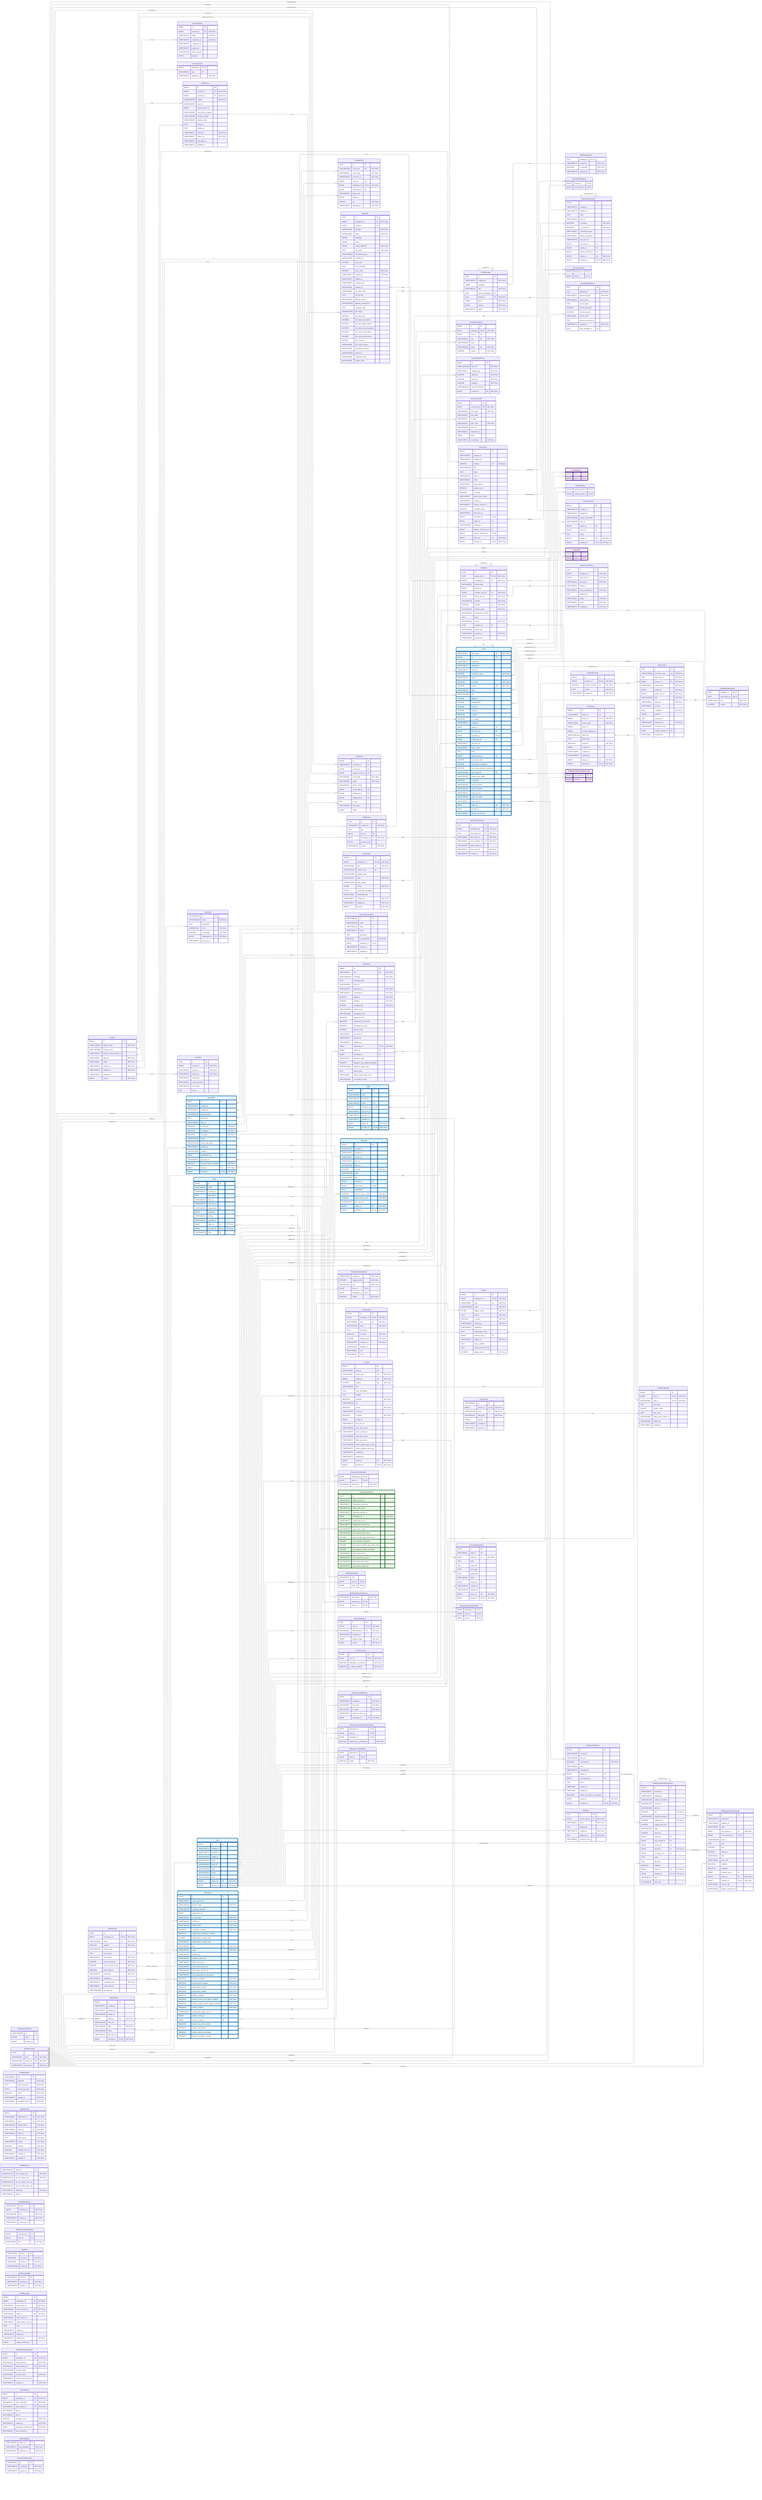
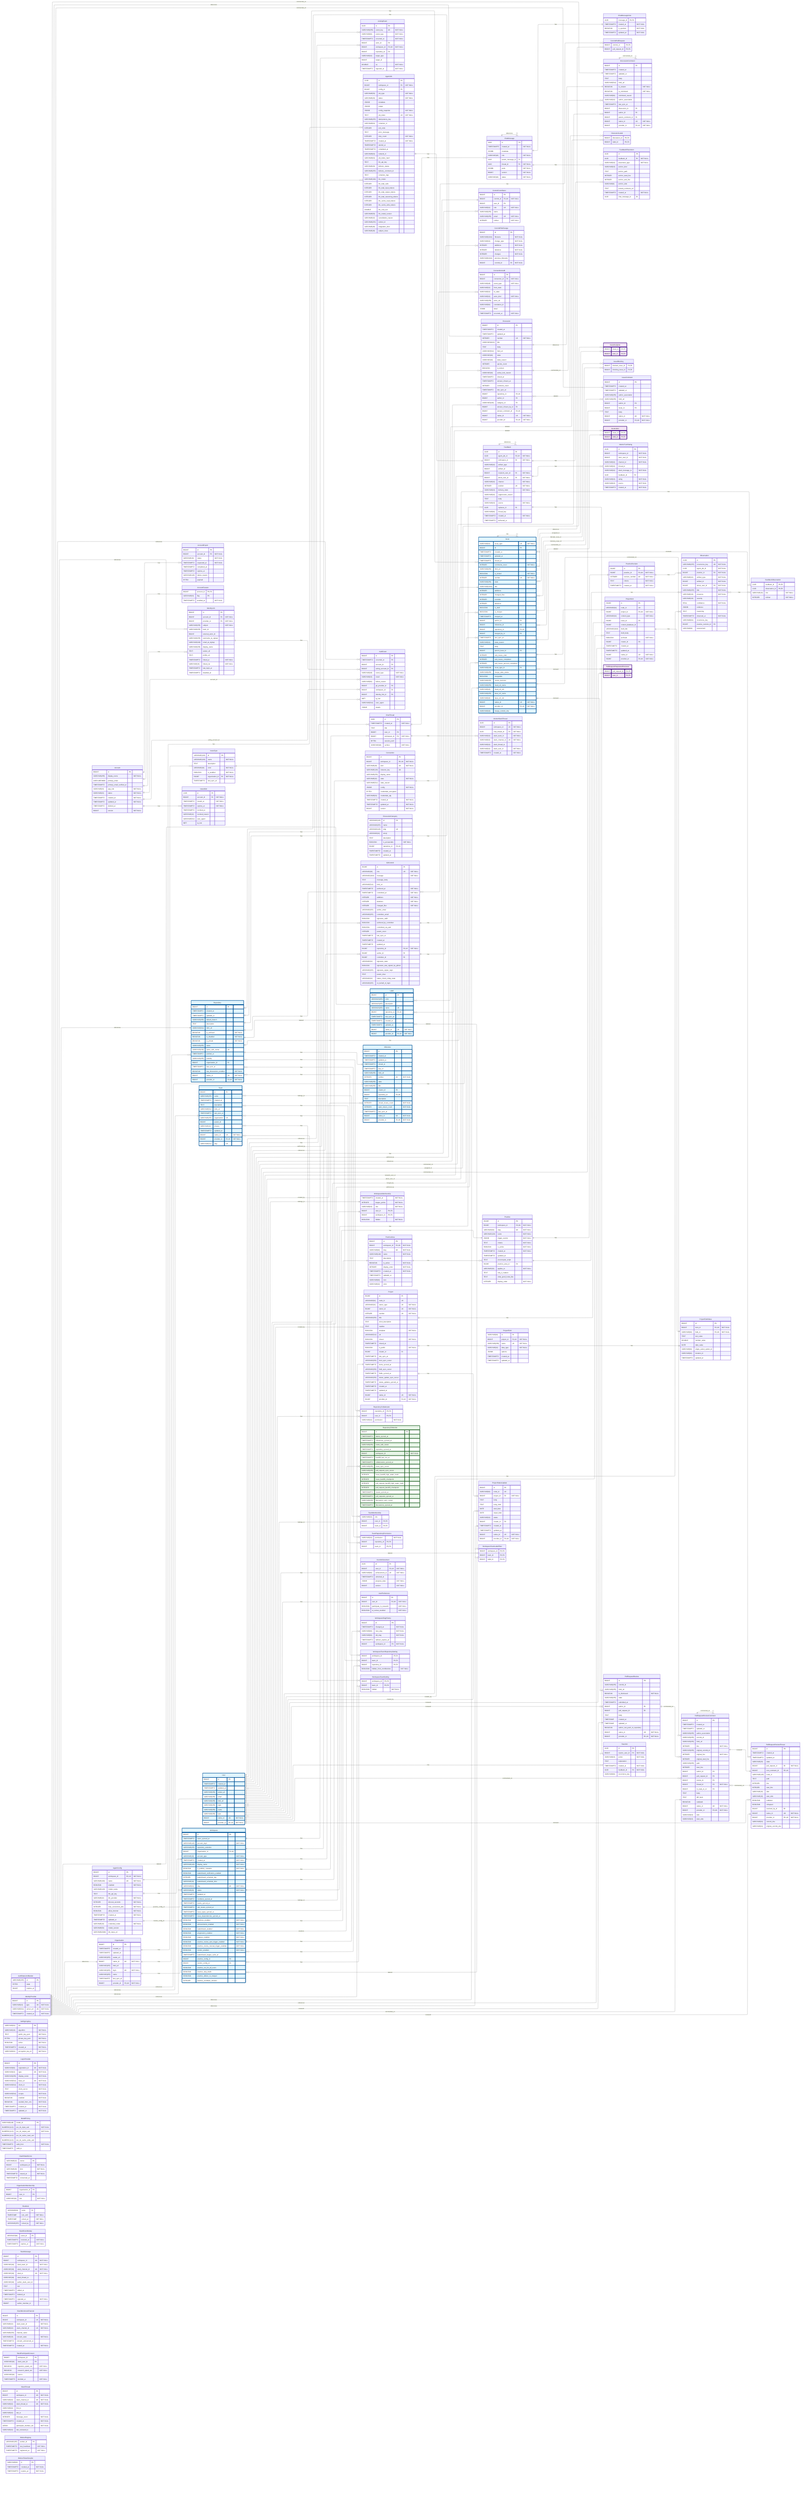
---
config:
    layout: elk
---
erDiagram
    %% Generated automatically from PostgreSQL database schema
    %% using scripts/generate-mermaid-erd.ts
    %% To regenerate: pnpm run db:generate-erd-docs

    direction LR

    Account {
        BIGINT id PK
        VARCHAR(255) display_name "NOT NULL"
        USER-DEFINED primary_email
        TIMESTAMPTZ primary_email_verified_at
        VARCHAR(16) app_role "NOT NULL"
        VARCHAR(16) status "NOT NULL"
        TIMESTAMPTZ created_at "NOT NULL"
        TIMESTAMPTZ updated_at "NOT NULL"
        TIMESTAMPTZ deleted_at
        BIGINT version "NOT NULL"
    }

    AccountExport {
        BIGINT id PK
        BIGINT account_id FK "NOT NULL"
        VARCHAR(16) status "NOT NULL"
        TIMESTAMPTZ requested_at "NOT NULL"
        TIMESTAMPTZ completed_at
        TIMESTAMPTZ expires_at
        VARCHAR(128) failure_reason
        BYTEA payload
    }

    AccountFeature {
        BIGINT account_id PK,FK
        VARCHAR(64) flag PK
        TIMESTAMPTZ enabled_at "NOT NULL"
    }

    ActivityEvent {
        UUID id PK
        VARCHAR(255) event_key UK "NOT NULL"
        VARCHAR(64) event_type "NOT NULL"
        TIMESTAMPTZ occurred_at "NOT NULL"
        BIGINT actor_id FK
        BIGINT workspace_id FK,UK "NOT NULL"
        BIGINT repository_id FK
        VARCHAR(32) target_type
        BIGINT target_id
        DOUBLE xp "NOT NULL"
        TIMESTAMPTZ ingested_at "NOT NULL"
    }

    AgentConfig {
        BIGINT id PK
        BIGINT workspace_id FK,UK "NOT NULL"
        VARCHAR(100) name UK "NOT NULL"
        BOOLEAN enabled "NOT NULL"
        VARCHAR(128) model_name
        TEXT llm_api_key
        VARCHAR(32) llm_provider "NOT NULL"
        INTEGER timeout_seconds "NOT NULL"
        INTEGER max_concurrent_jobs "NOT NULL"
        BOOLEAN allow_internet "NOT NULL"
        TIMESTAMPTZ created_at "NOT NULL"
        TIMESTAMPTZ updated_at
        VARCHAR(16) credential_mode "NOT NULL"
        VARCHAR(50) model_version
        VARCHAR(2048) llm_base_url
    }

    AgentJob {
        UUID id PK
        BIGINT workspace_id FK "NOT NULL"
        BIGINT config_id FK
        VARCHAR(50) job_type "NOT NULL"
        VARCHAR(20) status "NOT NULL"
        JSONB metadata
        JSONB output
        JSONB config_snapshot "NOT NULL"
        TEXT job_token UK "NOT NULL"
        VARCHAR(255) idempotency_key
        VARCHAR(64) container_id
        INTEGER exit_code
        TEXT error_message
        INTEGER retry_count "NOT NULL"
        TIMESTAMPTZ created_at "NOT NULL"
        TIMESTAMPTZ started_at
        TIMESTAMPTZ completed_at
        VARCHAR(64) network_id
        VARCHAR(64) job_token_hash
        TEXT llm_api_key
        VARCHAR(20) delivery_status
        VARCHAR(255) delivery_comment_id
        TEXT container_logs
        VARCHAR(100) llm_model
        INTEGER llm_total_calls
        INTEGER llm_total_input_tokens
        INTEGER llm_total_output_tokens
        INTEGER llm_total_reasoning_tokens
        INTEGER llm_cache_read_tokens
        INTEGER llm_cache_write_tokens
        DOUBLE llm_cost_usd
        VARCHAR(50) llm_model_version
        VARCHAR(32) cancellation_reason
        VARCHAR(255) worker_id
        VARCHAR(48) integration_kind
        VARCHAR(48) subject_class
    }

    AuthEvent {
        BIGINT id PK
        TIMESTAMPTZ occurred_at PK
        BIGINT account_id FK
        BIGINT acting_account_id FK
        VARCHAR(48) event_type "NOT NULL"
        VARCHAR(16) result "NOT NULL"
        VARCHAR(64) failure_reason
        BIGINT git_provider_id FK
        BIGINT workspace_id FK
        BIGINT identity_link_id FK
        INET ip_inet
        VARCHAR(512) user_agent
        JSONB details
    }

    AuthRateLimitBucket {
        VARCHAR(255) id PK
        BYTEA state
        BIGINT expires_at
    }

    ChatMessage {
        UUID id PK
        TIMESTAMPTZ created_at "NOT NULL"
        JSONB metadata
        VARCHAR(16) role "NOT NULL"
        UUID parent_message_id FK
        UUID thread_id FK "NOT NULL"
        JSONB parts "NOT NULL"
        BIGINT version "NOT NULL"
        VARCHAR(16) status "NOT NULL"
    }

    ChatMessageVote {
        UUID message_id PK,FK
        TIMESTAMPTZ created_at "NOT NULL"
        BOOLEAN is_upvoted "NOT NULL"
        TIMESTAMPTZ updated_at "NOT NULL"
    }

    ChatThread {
        UUID id PK
        TIMESTAMPTZ created_at "NOT NULL"
        TEXT title
        BIGINT user_id FK
        BIGINT workspace_id FK "NOT NULL"
        BYTEA session_jsonl
        VARCHAR(16) surface "NOT NULL"
    }

    CommitContributor {
        BIGINT id PK
        BIGINT commit_id FK,UK "NOT NULL"
        BIGINT user_id FK
        VARCHAR(32) role UK "NOT NULL"
        VARCHAR(255) name
        VARCHAR(255) email UK "NOT NULL"
        INTEGER ordinal "NOT NULL"
    }

    CommitFileChange {
        BIGINT id PK
        VARCHAR(1024) filename "NOT NULL"
        VARCHAR(32) change_type "NOT NULL"
        INTEGER additions "NOT NULL"
        INTEGER deletions "NOT NULL"
        INTEGER changes "NOT NULL"
        VARCHAR(1024) previous_filename
        BIGINT commit_id FK "NOT NULL"
    }

    CommitPullRequest {
        BIGINT commit_id PK,FK
        BIGINT pull_request_id PK,FK
    }

    Connection {
        BIGINT id PK
        BIGINT workspace_id FK,UK "NOT NULL"
        VARCHAR(48) kind UK "NOT NULL"
        VARCHAR(128) instance_key UK
        VARCHAR(256) display_name
        VARCHAR(32) state "NOT NULL"
        VARCHAR(512) state_reason
        JSONB config "NOT NULL"
        BYTEA credentials_encrypted
        VARCHAR(64) credentials_alg
        TIMESTAMPTZ created_at "NOT NULL"
        TIMESTAMPTZ updated_at "NOT NULL"
        BIGINT version "NOT NULL"
    }

    ConnectionAudit {
        BIGINT id PK
        BIGINT connection_id FK "NOT NULL"
        VARCHAR(48) event_type "NOT NULL"
        VARCHAR(32) from_state
        VARCHAR(32) to_state
        VARCHAR(32) actor_kind "NOT NULL"
        VARCHAR(256) actor_ref
        VARCHAR(64) correlation_id
        JSONB detail
        TIMESTAMPTZ occurred_at "NOT NULL"
    }

    Discussion {
        BIGINT id PK
        TIMESTAMPTZ created_at
        TIMESTAMPTZ updated_at
        INTEGER number UK "NOT NULL"
        VARCHAR(1024) title
        TEXT body
        VARCHAR(512) html_url
        VARCHAR(16) state
        VARCHAR(32) state_reason
        INTEGER upvote_count
        BOOLEAN is_locked
        VARCHAR(32) active_lock_reason
        TIMESTAMPTZ closed_at
        TIMESTAMPTZ answer_chosen_at
        INTEGER comment_count
        TIMESTAMPTZ last_sync_at
        BIGINT repository_id FK,UK
        BIGINT author_id FK
        VARCHAR(128) category_id FK
        BIGINT answer_chosen_by_id FK
        BIGINT answer_comment_id FK,UK
        BIGINT native_id UK "NOT NULL"
        BIGINT provider_id FK,UK "NOT NULL"
    }

    DiscussionCategory {
        VARCHAR(128) id PK
        VARCHAR(255) name
        VARCHAR(128) slug UK
        VARCHAR(32) emoji
        TEXT description
        BOOLEAN is_answerable "NOT NULL"
        BIGINT repository_id FK,UK
        TIMESTAMPTZ created_at
        TIMESTAMPTZ updated_at
    }

    DiscussionComment {
        BIGINT id PK
        TIMESTAMPTZ created_at
        TIMESTAMPTZ updated_at
        TEXT body
        VARCHAR(512) html_url
        BOOLEAN is_answer "NOT NULL"
        BOOLEAN is_minimized "NOT NULL"
        VARCHAR(64) minimized_reason
        VARCHAR(32) author_association
        TIMESTAMPTZ last_sync_at
        BIGINT discussion_id FK
        BIGINT author_id FK
        BIGINT parent_comment_id FK
        BIGINT native_id UK "NOT NULL"
        BIGINT provider_id FK,UK "NOT NULL"
    }

    DiscussionLabel {
        BIGINT discussion_id PK,FK
        BIGINT label_id PK,FK
    }

    Feedback {
        UUID id PK
        UUID agent_job_id FK,UK "NOT NULL"
        BIGINT workspace_id FK "NOT NULL"
        VARCHAR(32) artifact_type
        BIGINT artifact_id
        BIGINT recipient_user_id FK "NOT NULL"
        BIGINT about_user_id FK "NOT NULL"
        VARCHAR(32) channel "NOT NULL"
        INTEGER position UK "NOT NULL"
        VARCHAR(16) delivery_state "NOT NULL"
        VARCHAR(32) suppression_reason
        TEXT body
        VARCHAR(16) source "NOT NULL"
        UUID replaces_id FK
        VARCHAR(64) thread_key
        TIMESTAMPTZ created_at "NOT NULL"
        TIMESTAMPTZ delivered_at
    }

    FeedbackObservation {
        UUID feedback_id PK,FK
        UUID observation_id PK,FK
        VARCHAR(16) role "NOT NULL"
        INTEGER ordinal "NOT NULL"
    }

    FeedbackPlacement {
        UUID id PK
        UUID feedback_id FK "NOT NULL"
        VARCHAR(32) placement_type "NOT NULL"
        VARCHAR(16) anchor_kind
        TEXT anchor_path
        INTEGER anchor_start_line
        INTEGER anchor_end_line
        VARCHAR(8) anchor_side
        TEXT posted_comment_ref
        TIMESTAMPTZ created_at "NOT NULL"
        UUID chat_message_id FK
    }

    GitCommit {
        BIGINT id PK
        VARCHAR(40) sha UK "NOT NULL"
        VARCHAR(1024) message "NOT NULL"
        TEXT message_body
        VARCHAR(512) html_url
        TIMESTAMPTZ authored_at "NOT NULL"
        TIMESTAMPTZ committed_at "NOT NULL"
        INTEGER additions "NOT NULL"
        INTEGER deletions "NOT NULL"
        INTEGER changed_files "NOT NULL"
        VARCHAR(255) author_email
        VARCHAR(255) committer_email
        BOOLEAN signature_valid
        BOOLEAN authored_by_committer
        BOOLEAN committed_via_web
        INTEGER parent_count
        TIMESTAMPTZ last_sync_at
        TIMESTAMPTZ created_at
        TIMESTAMPTZ updated_at
        BIGINT repository_id FK,UK "NOT NULL"
        BIGINT author_id FK
        BIGINT committer_id FK
        VARCHAR(32) signature_state
        BOOLEAN signature_was_signed_by_github
        VARCHAR(255) signature_signer_login
        TEXT parent_shas
        VARCHAR(32) status_check_rollup_state
        VARCHAR(255) on_behalf_of_login
    }

    IdentityLink {
        BIGINT id PK
        BIGINT account_id FK "NOT NULL"
        BIGINT provider_id FK "NOT NULL"
        VARCHAR(255) subject "NOT NULL"
        VARCHAR(255) team_id
        BIGINT external_actor_id
        VARCHAR(255) username_at_signup
        VARCHAR(320) email_at_signup
        VARCHAR(255) display_name
        TEXT avatar_url
        TEXT profile_url
        TIMESTAMPTZ linked_at "NOT NULL"
        VARCHAR(16) linked_via "NOT NULL"
        TIMESTAMPTZ last_login_at
        TIMESTAMPTZ disabled_at
    }

    IdentityProvider {
        BIGINT id PK
        VARCHAR(10) type UK "NOT NULL"
        VARCHAR(512) server_url UK "NOT NULL"
        TIMESTAMPTZ created_at "NOT NULL"
    }

    Issue {
        VARCHAR(31) issue_type UK "NOT NULL"
        BIGINT id PK
        TIMESTAMPTZ created_at
        TIMESTAMPTZ updated_at
        TIMESTAMPTZ closed_at
        INTEGER comments_count "NOT NULL"
        VARCHAR(255) html_url
        BOOLEAN is_locked "NOT NULL"
        INTEGER number UK "NOT NULL"
        VARCHAR(255) state
        VARCHAR(1024) title
        INTEGER additions
        INTEGER changed_files
        INTEGER commits
        INTEGER deletions
        BOOLEAN is_draft
        BOOLEAN is_merged
        TIMESTAMPTZ merged_at
        BIGINT author_id FK
        BIGINT milestone_id FK
        BIGINT repository_id FK,UK
        BIGINT merged_by_id FK
        TIMESTAMPTZ last_sync_at
        VARCHAR(32) state_reason
        TEXT body
        BIGINT parent_issue_id FK
        INTEGER sub_issues_total
        INTEGER sub_issues_completed
        INTEGER sub_issues_percent_completed
        VARCHAR(128) issue_type_id FK
        VARCHAR(255) merge_state_status
        BOOLEAN mergeable
        VARCHAR(255) review_decision
        VARCHAR(255) head_ref_name
        VARCHAR(40) head_ref_oid
        VARCHAR(255) base_ref_name
        VARCHAR(40) base_ref_oid
        BIGINT native_id UK "NOT NULL"
        BIGINT provider_id FK,UK "NOT NULL"
        VARCHAR(40) merge_commit_sha
    }

    IssueAssignee {
        BIGINT issue_id PK,FK
        BIGINT user_id PK,FK
    }

    IssueBlocking {
        BIGINT blocked_issue_id PK,FK
        BIGINT blocking_issue_id PK,FK
    }

    IssueComment {
        BIGINT id PK
        TIMESTAMPTZ created_at
        TIMESTAMPTZ updated_at
        VARCHAR(255) author_association
        VARCHAR(255) html_url
        BIGINT author_id FK
        BIGINT issue_id FK
        TEXT body
        BIGINT native_id UK "NOT NULL"
        BIGINT provider_id FK,UK "NOT NULL"
    }

    IssueLabel {
        BIGINT issue_id PK,FK
        BIGINT label_id PK,FK
    }

    IssueType {
        VARCHAR(128) id PK
        VARCHAR(128) name "NOT NULL"
        TEXT description
        VARCHAR(20) color "NOT NULL"
        BOOLEAN is_enabled "NOT NULL"
        BIGINT organization_id FK "NOT NULL"
        TIMESTAMPTZ last_sync_at
    }

    IssuedJwt {
        UUID jti PK
        BIGINT account_id FK "NOT NULL"
        TIMESTAMPTZ issued_at "NOT NULL"
        TIMESTAMPTZ expires_at "NOT NULL"
        TIMESTAMPTZ revoked_at
        VARCHAR(32) revoked_reason
        VARCHAR(512) user_agent
        INET ip_inet
    }

    JwtSigningKey {
        VARCHAR(64) kid PK
        VARCHAR(16) algorithm "NOT NULL"
        TEXT public_key_pem "NOT NULL"
        BYTEA private_key_pem "NOT NULL"
        BOOLEAN active "NOT NULL"
        TIMESTAMPTZ created_at "NOT NULL"
        VARCHAR(64) encryption_key_id "NOT NULL"
    }

    Label {
        BIGINT id PK
        VARCHAR(255) color
        VARCHAR(255) description
        VARCHAR(255) name UK
        BIGINT repository_id FK,UK
        TIMESTAMPTZ last_sync_at
        TIMESTAMPTZ created_at
        TIMESTAMPTZ updated_at
        BIGINT native_id UK "NOT NULL"
        BIGINT provider_id FK,UK "NOT NULL"
    }

    LoginProvider {
        BIGINT id PK
        VARCHAR(64) registration_id UK "NOT NULL"
        VARCHAR(10) type UK "NOT NULL"
        VARCHAR(255) display_name "NOT NULL"
        VARCHAR(512) base_url UK "NOT NULL"
        VARCHAR(512) client_id "NOT NULL"
        TEXT client_secret "NOT NULL"
        VARCHAR(512) scopes "NOT NULL"
        BOOLEAN enabled "NOT NULL"
        BOOLEAN seeded_from_env "NOT NULL"
        TIMESTAMPTZ created_at "NOT NULL"
        TIMESTAMPTZ updated_at "NOT NULL"
    }

    MentorSlackThread {
        UUID id PK
        BIGINT workspace_id UK "NOT NULL"
        UUID chat_thread_id FK "NOT NULL"
        VARCHAR(32) slack_team_id "NOT NULL"
        VARCHAR(32) slack_channel_id UK "NOT NULL"
        VARCHAR(32) slack_thread_ts
        VARCHAR(32) slack_user_id "NOT NULL"
        TIMESTAMPTZ created_at "NOT NULL"
    }

    MentorTurnRating {
        UUID id PK
        BIGINT workspace_id "NOT NULL"
        BIGINT rater_user_id "NOT NULL"
        VARCHAR(32) channel_id "NOT NULL"
        VARCHAR(32) thread_ts
        VARCHAR(32) slack_message_ts "NOT NULL"
        UUID feedback_id FK
        VARCHAR(16) rating "NOT NULL"
        VARCHAR(16) source "NOT NULL"
        TIMESTAMPTZ created_at "NOT NULL"
    }

    Milestone {
        BIGINT id PK
        TIMESTAMPTZ created_at
        TIMESTAMPTZ updated_at
        TIMESTAMPTZ closed_at
        TIMESTAMPTZ due_on
        VARCHAR(255) html_url
        INTEGER number UK "NOT NULL"
        VARCHAR(255) state
        VARCHAR(255) title
        BIGINT creator_id FK
        BIGINT repository_id FK,UK
        TEXT description
        INTEGER closed_issues_count "NOT NULL"
        INTEGER open_issues_count "NOT NULL"
        TIMESTAMPTZ last_sync_at
        BIGINT native_id UK "NOT NULL"
        BIGINT provider_id FK,UK "NOT NULL"
    }

    ModelPricing {
        VARCHAR(128) model_id PK
        NUMERIC(12,6) per_1k_input_usd "NOT NULL"
        NUMERIC(12,6) per_1k_output_usd "NOT NULL"
        NUMERIC(12,6) per_1k_cache_read_usd
        NUMERIC(12,6) per_1k_cache_write_usd
        TIMESTAMPTZ valid_from "NOT NULL"
        TIMESTAMPTZ valid_to
    }

    OauthStateNonce {
        VARCHAR(32) nonce PK
        BIGINT workspace_id "NOT NULL"
        VARCHAR(48) kind "NOT NULL"
        TIMESTAMPTZ issued_at "NOT NULL"
        TIMESTAMPTZ consumed_at
    }

    Observation {
        UUID id PK
        VARCHAR(255) occurrence_key UK "NOT NULL"
        UUID agent_job_id "NOT NULL"
        BIGINT practice_id FK "NOT NULL"
        VARCHAR(32) artifact_type "NOT NULL"
        BIGINT artifact_id "NOT NULL"
        BIGINT about_user_id FK "NOT NULL"
        VARCHAR(255) title "NOT NULL"
        VARCHAR(16) presence "NOT NULL"
        VARCHAR(16) severity
        REAL confidence "NOT NULL"
        JSONB evidence
        TEXT reasoning
        TIMESTAMPTZ observed_at "NOT NULL"
        VARCHAR(64) recurrence_key
        BIGINT practice_revision_id FK
        VARCHAR(8) assessment
    }

    Organization {
        BIGINT id PK
        TIMESTAMPTZ created_at
        TIMESTAMPTZ updated_at
        VARCHAR(255) avatar_url
        BIGINT native_id UK "NOT NULL"
        VARCHAR(255) html_url
        VARCHAR(255) login UK "NOT NULL"
        VARCHAR(255) name
        TIMESTAMPTZ last_sync_at
        BIGINT provider_id FK,UK "NOT NULL"
    }

    OrganizationMembership {
        BIGINT organization_id PK
        BIGINT user_id PK
        VARCHAR(32) role "NOT NULL"
    }

    Practice {
        BIGINT id PK
        BIGINT workspace_id FK,UK "NOT NULL"
        VARCHAR(64) slug UK "NOT NULL"
        VARCHAR(128) name "NOT NULL"
        JSONB trigger_events "NOT NULL"
        TEXT criteria "NOT NULL"
        BOOLEAN is_active "NOT NULL"
        TIMESTAMPTZ created_at "NOT NULL"
        TIMESTAMPTZ updated_at
        TEXT precompute_script
        BIGINT practice_area_id FK
        VARCHAR(32) applies_to "NOT NULL"
        TEXT why_it_matters
        TEXT what_good_looks_like
        INTEGER display_order "NOT NULL"
    }

    PracticeArea {
        BIGINT id PK
        BIGINT workspace_id FK,UK "NOT NULL"
        VARCHAR(64) slug UK "NOT NULL"
        VARCHAR(128) name "NOT NULL"
        TEXT description
        BOOLEAN is_active "NOT NULL"
        INTEGER display_order "NOT NULL"
        TIMESTAMPTZ created_at "NOT NULL"
        TIMESTAMPTZ updated_at
        VARCHAR(64) icon
        VARCHAR(32) color
    }

    PracticeRevision {
        BIGINT id PK
        BIGINT practice_id FK,UK "NOT NULL"
        INTEGER revision_number UK "NOT NULL"
        TEXT criteria "NOT NULL"
        TIMESTAMPTZ created_at "NOT NULL"
    }

    Project {
        BIGINT id PK
        VARCHAR(64) node_id UK
        VARCHAR(32) owner_type UK "NOT NULL"
        BIGINT owner_id UK "NOT NULL"
        INTEGER number UK "NOT NULL"
        VARCHAR(256) title
        TEXT short_description
        TEXT readme
        BOOLEAN template "NOT NULL"
        VARCHAR(512) url
        BOOLEAN closed "NOT NULL"
        TIMESTAMPTZ closed_at
        BOOLEAN is_public "NOT NULL"
        BIGINT creator_id FK
        TIMESTAMPTZ last_sync_at
        VARCHAR(256) item_sync_cursor
        TIMESTAMPTZ items_synced_at
        VARCHAR(256) field_sync_cursor
        TIMESTAMPTZ fields_synced_at
        VARCHAR(256) status_update_sync_cursor
        TIMESTAMPTZ status_updates_synced_at
        TIMESTAMPTZ created_at
        TIMESTAMPTZ updated_at
        BIGINT native_id UK "NOT NULL"
        BIGINT provider_id FK,UK "NOT NULL"
    }

    ProjectField {
        VARCHAR(64) id PK
        BIGINT project_id FK,UK "NOT NULL"
        VARCHAR(256) name UK "NOT NULL"
        VARCHAR(32) data_type "NOT NULL"
        JSONB options
        TIMESTAMPTZ created_at
        TIMESTAMPTZ updated_at
    }

    ProjectFieldValue {
        BIGINT id PK
        BIGINT item_id FK,UK "NOT NULL"
        VARCHAR(64) field_id FK,UK "NOT NULL"
        TEXT text_value
        DOUBLE number_value
        DATE date_value
        VARCHAR(64) single_select_option_id
        VARCHAR(64) iteration_id
        TIMESTAMPTZ updated_at
    }

    ProjectItem {
        BIGINT id PK
        VARCHAR(64) node_id UK
        BIGINT project_id FK,UK "NOT NULL"
        VARCHAR(32) content_type "NOT NULL"
        BIGINT issue_id FK
        BIGINT content_database_id
        VARCHAR(1024) draft_title
        TEXT draft_body
        BOOLEAN archived "NOT NULL"
        BIGINT creator_id FK
        TIMESTAMPTZ created_at
        TIMESTAMPTZ updated_at
        BIGINT native_id UK "NOT NULL"
        BIGINT provider_id FK,UK "NOT NULL"
    }

    ProjectStatusUpdate {
        BIGINT id PK
        VARCHAR(64) node_id UK
        BIGINT project_id FK "NOT NULL"
        TEXT body
        TEXT body_html
        DATE start_date
        DATE target_date
        VARCHAR(32) status
        BIGINT creator_id FK
        TIMESTAMPTZ created_at
        TIMESTAMPTZ updated_at
        BIGINT native_id UK "NOT NULL"
        BIGINT provider_id FK,UK "NOT NULL"
    }

    PullRequestRequestedReviewer {
        BIGINT pull_request_id PK,FK
        BIGINT user_id PK,FK
    }

    PullRequestReview {
        BIGINT id PK
        VARCHAR(255) commit_id
        VARCHAR(255) html_url
        BOOLEAN is_dismissed "NOT NULL"
        VARCHAR(255) state
        TIMESTAMPTZ submitted_at
        BIGINT author_id FK
        BIGINT pull_request_id FK
        TEXT body
        TIMESTAMP created_at
        TIMESTAMP updated_at
        BOOLEAN author_can_push_to_repository
        BIGINT native_id UK "NOT NULL"
        BIGINT provider_id FK,UK "NOT NULL"
    }

    PullRequestReviewComment {
        BIGINT id PK
        TIMESTAMPTZ created_at
        TIMESTAMPTZ updated_at
        VARCHAR(255) author_association
        VARCHAR(255) commit_id
        VARCHAR(255) html_url
        INTEGER line "NOT NULL"
        VARCHAR(255) original_commit_id
        INTEGER original_line "NOT NULL"
        INTEGER original_start_line
        VARCHAR(255) path
        INTEGER start_line
        BIGINT author_id FK
        BIGINT pull_request_id FK
        BIGINT review_id FK
        BIGINT thread_id FK "NOT NULL"
        BIGINT in_reply_to_id FK
        TEXT body
        TEXT diff_hunk
        BOOLEAN outdated
        BIGINT native_id UK "NOT NULL"
        BIGINT provider_id FK,UK "NOT NULL"
        VARCHAR(16) side
        VARCHAR(16) start_side
    }

    PullRequestReviewThread {
        BIGINT id PK
        TIMESTAMPTZ created_at
        TIMESTAMPTZ updated_at
        VARCHAR(20) state
        BIGINT pull_request_id FK "NOT NULL"
        BIGINT root_comment_id FK,UK
        VARCHAR(128) node_id
        TEXT path
        INTEGER line
        INTEGER start_line
        VARCHAR(16) side
        VARCHAR(16) start_side
        BOOLEAN outdated
        BOOLEAN collapsed
        BIGINT resolved_by_id FK
        BIGINT native_id UK "NOT NULL"
        BIGINT provider_id FK,UK "NOT NULL"
        VARCHAR(64) commit_sha
        VARCHAR(64) original_commit_sha
    }

    Reaction {
        UUID id PK
        BIGINT reactor_user_id FK "NOT NULL"
        VARCHAR(16) action "NOT NULL"
        TEXT explanation
        TIMESTAMPTZ created_at "NOT NULL"
        UUID feedback_id FK "NOT NULL"
        VARCHAR(64) recurrence_key
    }

    Repository {
        BIGINT id PK
        TIMESTAMPTZ created_at
        TIMESTAMPTZ updated_at
        VARCHAR(255) default_branch
        TEXT description
        VARCHAR(512) html_url
        BOOLEAN is_archived "NOT NULL"
        BOOLEAN is_disabled "NOT NULL"
        BOOLEAN is_private "NOT NULL"
        VARCHAR(255) name
        VARCHAR(150) name_with_owner UK
        TIMESTAMPTZ pushed_at
        VARCHAR(255) visibility
        BIGINT organization_id FK
        TIMESTAMPTZ last_sync_at
        BOOLEAN has_discussions_enabled "NOT NULL"
        BIGINT native_id UK "NOT NULL"
        BIGINT provider_id FK,UK "NOT NULL"
    }

    RepositoryCollaborator {
        BIGINT repository_id PK,FK
        BIGINT user_id PK,FK
        VARCHAR(32) permission "NOT NULL"
    }

    RepositoryToMonitor {
        BIGINT id PK
        TIMESTAMPTZ labels_synced_at
        TIMESTAMPTZ milestones_synced_at
        VARCHAR(255) name_with_owner
        TIMESTAMPTZ repository_synced_at
        BIGINT workspace_id FK "NOT NULL"
        TIMESTAMPTZ backfill_last_run_at
        TIMESTAMPTZ collaborators_synced_at
        VARCHAR(255) issue_sync_cursor
        VARCHAR(255) pull_request_sync_cursor
        INTEGER issue_backfill_high_water_mark
        INTEGER issue_backfill_checkpoint
        INTEGER pull_request_backfill_high_water_mark
        INTEGER pull_request_backfill_checkpoint
        TIMESTAMPTZ issues_synced_at
        TIMESTAMPTZ pull_requests_synced_at
        VARCHAR(255) discussion_sync_cursor
        TIMESTAMPTZ discussions_synced_at
    }

    Shedlock {
        VARCHAR(64) name PK
        TIMESTAMP lock_until "NOT NULL"
        TIMESTAMP locked_at "NOT NULL"
        VARCHAR(255) locked_by "NOT NULL"
    }

    SlackEventDedup {
        VARCHAR(64) event_id PK
        TIMESTAMPTZ received_at "NOT NULL"
        TIMESTAMPTZ expires_at "NOT NULL"
    }

    SlackMessage {
        BIGINT id PK
        BIGINT workspace_id UK "NOT NULL"
        VARCHAR(32) slack_team_id "NOT NULL"
        VARCHAR(32) slack_channel_id UK "NOT NULL"
        VARCHAR(32) slack_ts UK "NOT NULL"
        VARCHAR(32) slack_thread_ts
        VARCHAR(32) author_slack_user_id
        TEXT text
        TIMESTAMPTZ edited_at
        TIMESTAMPTZ deleted_at
        TIMESTAMPTZ ingested_at "NOT NULL"
        BIGINT author_member_id
    }

    SlackMonitoredChannel {
        BIGINT id PK
        BIGINT workspace_id UK "NOT NULL"
        VARCHAR(32) slack_team_id "NOT NULL"
        VARCHAR(32) slack_channel_id UK "NOT NULL"
        VARCHAR(256) channel_name
        VARCHAR(16) consent_state "NOT NULL"
        TIMESTAMPTZ consent_announced_at
        TIMESTAMPTZ created_at "NOT NULL"
+     }
+ 
+     SlackParticipantConsent {
+         BIGINT workspace_id PK
+         VARCHAR(32) slack_user_id PK
+         BOOLEAN ingestion_opted_out "NOT NULL"
+         BOOLEAN research_opted_out "NOT NULL"
+         VARCHAR(32) source
+         TIMESTAMPTZ decided_at "NOT NULL"
    }

    SlackThread {
        BIGINT id PK
        BIGINT workspace_id UK "NOT NULL"
        VARCHAR(32) slack_channel_id UK "NOT NULL"
        VARCHAR(32) slack_thread_ts UK "NOT NULL"
        VARCHAR(32) first_ts
        VARCHAR(32) last_ts
        INTEGER message_count "NOT NULL"
        TIMESTAMPTZ created_at "NOT NULL"
        ARRAY participant_member_ids "NOT NULL"
        VARCHAR(32) last_reviewed_ts
    }

    Team {
        BIGINT id PK
        VARCHAR(255) name
        TIMESTAMPTZ created_at
        TEXT description
        VARCHAR(512) html_url
        TIMESTAMPTZ last_sync_at
        VARCHAR(255) organization UK
        BIGINT parent_id
        VARCHAR(32) privacy
        TIMESTAMPTZ updated_at
        BIGINT native_id UK "NOT NULL"
        BIGINT provider_id FK,UK "NOT NULL"
        VARCHAR(512) slug UK
    }

    TeamMembership {
        VARCHAR(32) role
        BIGINT user_id PK,FK
        BIGINT team_id PK,FK
    }

    TeamRepositoryPermission {
        VARCHAR(32) permission "NOT NULL"
        BIGINT repository_id PK,FK
        BIGINT team_id PK,FK
    }

    User {
        BIGINT id PK
        TIMESTAMPTZ created_at
        TIMESTAMPTZ updated_at
        VARCHAR(255) avatar_url
        VARCHAR(255) email
        VARCHAR(255) html_url
        VARCHAR(255) login
        VARCHAR(255) name
        VARCHAR(255) type
        BIGINT native_id UK "NOT NULL"
        BIGINT provider_id FK,UK "NOT NULL"
    }

    UserAchievement {
        UUID id PK
        BIGINT user_id FK,UK "NOT NULL"
        VARCHAR(64) achievement_id UK "NOT NULL"
        TIMESTAMPTZ unlocked_at
        JSONB progress_data "NOT NULL"
        BIGINT version "NOT NULL"
    }

    UserPreference {
        BIGINT id PK
        BIGINT user_id FK,UK "NOT NULL"
        BOOLEAN participate_in_research "NOT NULL"
        BOOLEAN ai_review_enabled "NOT NULL"
    }

    WorkerRegistry {
        VARCHAR(255) worker_id PK
        TIMESTAMPTZ last_heartbeat "NOT NULL"
        TIMESTAMPTZ registered_at "NOT NULL"
    }

    WorkerTokenDenylist {
        VARCHAR(64) jti PK
        TIMESTAMPTZ revoked_at "NOT NULL"
        TIMESTAMPTZ expires_at "NOT NULL"
    }

    Workspace {
        BIGINT id PK
        TIMESTAMPTZ users_synced_at
        VARCHAR(120) account_login "NOT NULL"
        VARCHAR(255) repository_selection
        BIGINT organization_id FK,UK
        VARCHAR(10) account_type "NOT NULL"
        TIMESTAMPTZ created_at "NOT NULL"
        VARCHAR(120) display_name "NOT NULL"
        BOOLEAN is_publicly_viewable "NOT NULL"
        BOOLEAN leaderboard_notification_enabled
        INTEGER leaderboard_schedule_day
        VARCHAR(10) leaderboard_schedule_time
        VARCHAR(64) slug UK "NOT NULL"
        VARCHAR(20) status "NOT NULL"
        TIMESTAMPTZ updated_at
        TIMESTAMPTZ members_synced_at
        TIMESTAMPTZ teams_synced_at
        TIMESTAMPTZ sub_issues_synced_at
        TIMESTAMPTZ issue_types_synced_at
        TIMESTAMPTZ issue_dependencies_synced_at
        BOOLEAN practices_enabled "NOT NULL"
        BOOLEAN achievements_enabled "NOT NULL"
        BOOLEAN leaderboard_enabled "NOT NULL"
        BOOLEAN progression_enabled "NOT NULL"
        BOOLEAN leagues_enabled "NOT NULL"
        BOOLEAN practice_review_auto_trigger_enabled "NOT NULL"
        BOOLEAN practice_review_manual_trigger_enabled "NOT NULL"
        BOOLEAN mentor_enabled "NOT NULL"
        TIMESTAMPTZ leaderboard_league_cycle_at
        BIGINT practice_config_id FK
        BIGINT mentor_config_id FK
        BOOLEAN practice_run_for_all_users
        BOOLEAN practice_skip_drafts
        BOOLEAN practice_deliver_to_merged
        INTEGER practice_cooldown_minutes
    }

    WorkspaceMembership {
        TIMESTAMPTZ created_at "NOT NULL"
        INTEGER league_points "NOT NULL"
        VARCHAR(16) role "NOT NULL"
        BIGINT user_id PK,FK
        BIGINT workspace_id PK,FK
        BOOLEAN hidden "NOT NULL"
    }

    WorkspaceSlugHistory {
        BIGINT id PK
        TIMESTAMPTZ changed_at "NOT NULL"
        VARCHAR(64) new_slug "NOT NULL"
        VARCHAR(64) old_slug "NOT NULL"
        TIMESTAMPTZ redirect_expires_at
        BIGINT workspace_id FK "NOT NULL"
    }

    WorkspaceTeamLabelFilter {
        BIGINT workspace_id PK,FK
        BIGINT team_id PK,FK
        BIGINT label_id PK,FK
    }

    WorkspaceTeamRepositorySetting {
        BIGINT workspace_id PK,FK
        BIGINT team_id PK,FK
        BIGINT repository_id PK,FK
        BOOLEAN hidden_from_contributions "NOT NULL"
    }

    WorkspaceTeamSetting {
        BIGINT workspace_id PK,FK
        BIGINT team_id PK,FK
        BOOLEAN hidden "NOT NULL"
    }

    %% Relationships
    %% One-to-One relationships
    Account ||--|| AccountFeature : has
    Workspace ||--|| ActivityEvent : has
    Workspace ||--|| AgentConfig : has
    ChatMessage ||--|| ChatMessageVote : has
    GitCommit ||--|| CommitContributor : has
    Workspace ||--|| Connection : has
    Repository ||--|| Discussion : has
    DiscussionComment ||--|| Discussion : references
    IdentityProvider ||--|| Discussion : references
    Repository ||--|| DiscussionCategory : has
    IdentityProvider ||--|| DiscussionComment : commented_on
    AgentJob ||--|| Feedback : has
    Repository ||--|| GitCommit : has
    Repository ||--|| Issue : has
    IdentityProvider ||--|| Issue : references
    IdentityProvider ||--|| IssueComment : commented_on
    Repository ||--|| Label : labeled
    IdentityProvider ||--|| Label : labeled
    Repository ||--|| Milestone : has
    IdentityProvider ||--|| Milestone : references
    IdentityProvider ||--|| Organization : references
    Workspace ||--|| Practice : has
    Workspace ||--|| PracticeArea : has
    Practice ||--|| PracticeRevision : has
    IdentityProvider ||--|| Project : references
    Project ||--|| ProjectField : has
    ProjectItem ||--|| ProjectFieldValue : has
    ProjectField ||--|| ProjectFieldValue : has
    Project ||--|| ProjectItem : has
    IdentityProvider ||--|| ProjectItem : references
    IdentityProvider ||--|| ProjectStatusUpdate : references
    IdentityProvider ||--|| PullRequestReview : reviewed
    IdentityProvider ||--|| PullRequestReviewComment : commented_on
    PullRequestReviewComment ||--|| PullRequestReviewThread : reviewed
    IdentityProvider ||--|| PullRequestReviewThread : reviewed
    IdentityProvider ||--|| Repository : references
    IdentityProvider ||--|| Team : references
    IdentityProvider ||--|| User : references
    User ||--|| UserAchievement : has
    User ||--|| UserPreference : has
    Organization ||--|| Workspace : has
    User ||--|| WorkspaceMembership : belongs_to
    Workspace ||--|| WorkspaceMembership : belongs_to

    %% One-to-Many relationships
    Account ||--o{ AccountExport : has
    User ||--o{ ActivityEvent : references
    Repository ||--o{ ActivityEvent : has
    Workspace ||--o{ AgentJob : has
    AgentConfig ||--o{ AgentJob : has
    Account ||--o{ AuthEvent : account_id
    Account ||--o{ AuthEvent : acting_account_id
    IdentityProvider ||--o{ AuthEvent : references
    Workspace ||--o{ AuthEvent : has
    IdentityLink ||--o{ AuthEvent : has
    ChatMessage ||--o{ ChatMessage : references
    ChatThread ||--o{ ChatMessage : has
    User ||--o{ ChatThread : has
    Workspace ||--o{ ChatThread : has
    User ||--o{ CommitContributor : has
    GitCommit ||--o{ CommitFileChange : has
    Connection ||--o{ ConnectionAudit : has
    User ||--o{ Discussion : authored_by
    DiscussionCategory ||--o{ Discussion : has
    User ||--o{ Discussion : references
    Discussion ||--o{ DiscussionComment : commented_on
    User ||--o{ DiscussionComment : commented_on
    DiscussionComment ||--o{ DiscussionComment : commented_on
    Workspace ||--o{ Feedback : has
    User ||--o{ Feedback : recipient_user_id
    User ||--o{ Feedback : about_user_id
    Feedback ||--o{ Feedback : references
    Feedback ||--o{ FeedbackPlacement : has
    ChatMessage ||--o{ FeedbackPlacement : has
    User ||--o{ GitCommit : authored_by
    User ||--o{ GitCommit : references
    Account ||--o{ IdentityLink : has
    IdentityProvider ||--o{ IdentityLink : references
    User ||--o{ Issue : authored_by
    Milestone ||--o{ Issue : has
    User ||--o{ Issue : merged_by
    Issue ||--o{ Issue : has
    IssueType ||--o{ Issue : has
    User ||--o{ IssueComment : commented_on
    Issue ||--o{ IssueComment : commented_on
    Organization ||--o{ IssueType : has
    Account ||--o{ IssuedJwt : has
    ChatThread ||--o{ MentorSlackThread : has
    Feedback ||--o{ MentorTurnRating : has
    User ||--o{ Milestone : created_by
    Practice ||--o{ Observation : has
    User ||--o{ Observation : has
    PracticeRevision ||--o{ Observation : has
    PracticeArea ||--o{ Practice : has
    User ||--o{ Project : created_by
    Issue ||--o{ ProjectItem : has
    User ||--o{ ProjectItem : created_by
    Project ||--o{ ProjectStatusUpdate : has
    User ||--o{ ProjectStatusUpdate : created_by
    User ||--o{ PullRequestReview : reviewed
    Issue ||--o{ PullRequestReview : reviewed
    User ||--o{ PullRequestReviewComment : commented_on
    Issue ||--o{ PullRequestReviewComment : commented_on
    PullRequestReview ||--o{ PullRequestReviewComment : commented_on
    PullRequestReviewThread ||--o{ PullRequestReviewComment : commented_on
    PullRequestReviewComment ||--o{ PullRequestReviewComment : commented_on
    Issue ||--o{ PullRequestReviewThread : reviewed
    User ||--o{ PullRequestReviewThread : reviewed
    User ||--o{ Reaction : has
    Feedback ||--o{ Reaction : has
    Organization ||--o{ Repository : has
    Workspace ||--o{ RepositoryToMonitor : monitors
    AgentConfig ||--o{ Workspace : practice_config_id
    AgentConfig ||--o{ Workspace : mentor_config_id
    Workspace ||--o{ WorkspaceSlugHistory : has

    %% Many-to-Many relationships
    GitCommit }o--o{ CommitPullRequest : has
    Issue }o--o{ CommitPullRequest : references
    Discussion }o--o{ DiscussionLabel : labeled
    Label }o--o{ DiscussionLabel : labeled
    Feedback }o--o{ FeedbackObservation : has
    Observation }o--o{ FeedbackObservation : has
    Issue }o--o{ IssueAssignee : assigned_to
    User }o--o{ IssueAssignee : assigned_to
    Issue }o--o{ IssueBlocking : blocked_issue_id
    Issue }o--o{ IssueBlocking : blocking_issue_id
    Issue }o--o{ IssueLabel : labeled
    Label }o--o{ IssueLabel : labeled
    Issue }o--o{ PullRequestRequestedReviewer : reviewed
    User }o--o{ PullRequestRequestedReviewer : reviewed
    Repository }o--o{ RepositoryCollaborator : has
    User }o--o{ RepositoryCollaborator : has
    User }o--o{ TeamMembership : belongs_to
    Team }o--o{ TeamMembership : belongs_to
    Repository }o--o{ TeamRepositoryPermission : has
    Team }o--o{ TeamRepositoryPermission : has
    Workspace }o--o{ WorkspaceTeamLabelFilter : labeled
    Team }o--o{ WorkspaceTeamLabelFilter : labeled
    Label }o--o{ WorkspaceTeamLabelFilter : labeled
    Workspace }o--o{ WorkspaceTeamRepositorySetting : has
    Team }o--o{ WorkspaceTeamRepositorySetting : has
    Repository }o--o{ WorkspaceTeamRepositorySetting : has
    Workspace }o--o{ WorkspaceTeamSetting : has
    Team }o--o{ WorkspaceTeamSetting : has

    %% Styling
    classDef primaryEntity fill:#e1f5fe,stroke:#01579b,stroke-width:2px
    classDef associationEntity fill:#f3e5f5,stroke:#4a148c,stroke-width:2px
    classDef metadataEntity fill:#e8f5e8,stroke:#1b5e20,stroke-width:2px

    class Issue primaryEntity
    class IssueAssignee associationEntity
    class IssueLabel associationEntity
    class Label primaryEntity
    class Milestone primaryEntity
    class PullRequestRequestedReviewer associationEntity
    class Repository primaryEntity
    class RepositoryToMonitor metadataEntity
    class Team primaryEntity
    class User primaryEntity
    class Workspace primaryEntity
